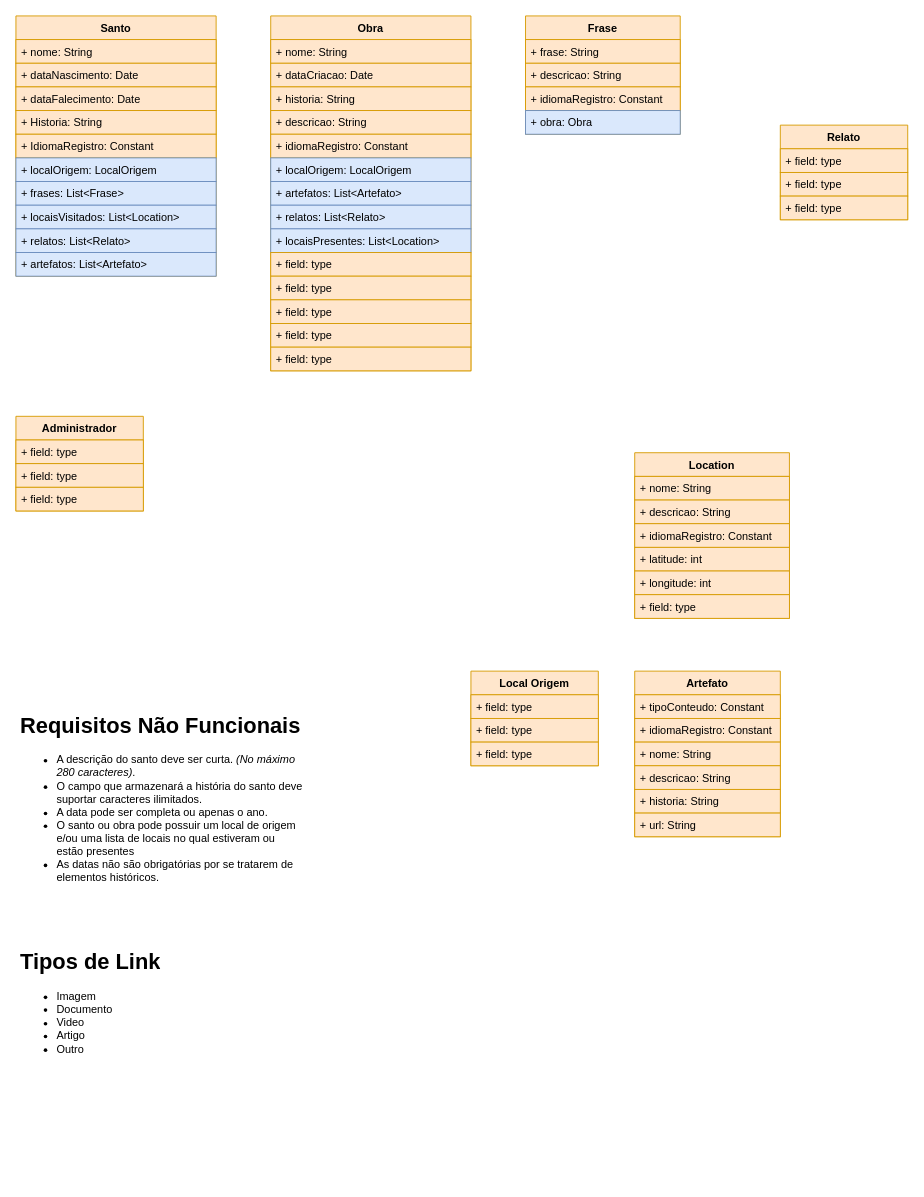
This is page "ClassDiagram" (2 of 2) of Documentation/Untitled Diagram.drawio from the-catholics/Saints-API, a draw.io file, before an edit. Source tidied: cells renumbered, new cells numbered last; positions are measured from the earlier drawing's top-left corner, leaving out a move shared by most shapes. Both pictures are drawn from the tidied source at 91%, with x=0, y=0 at pixel (15, 15).
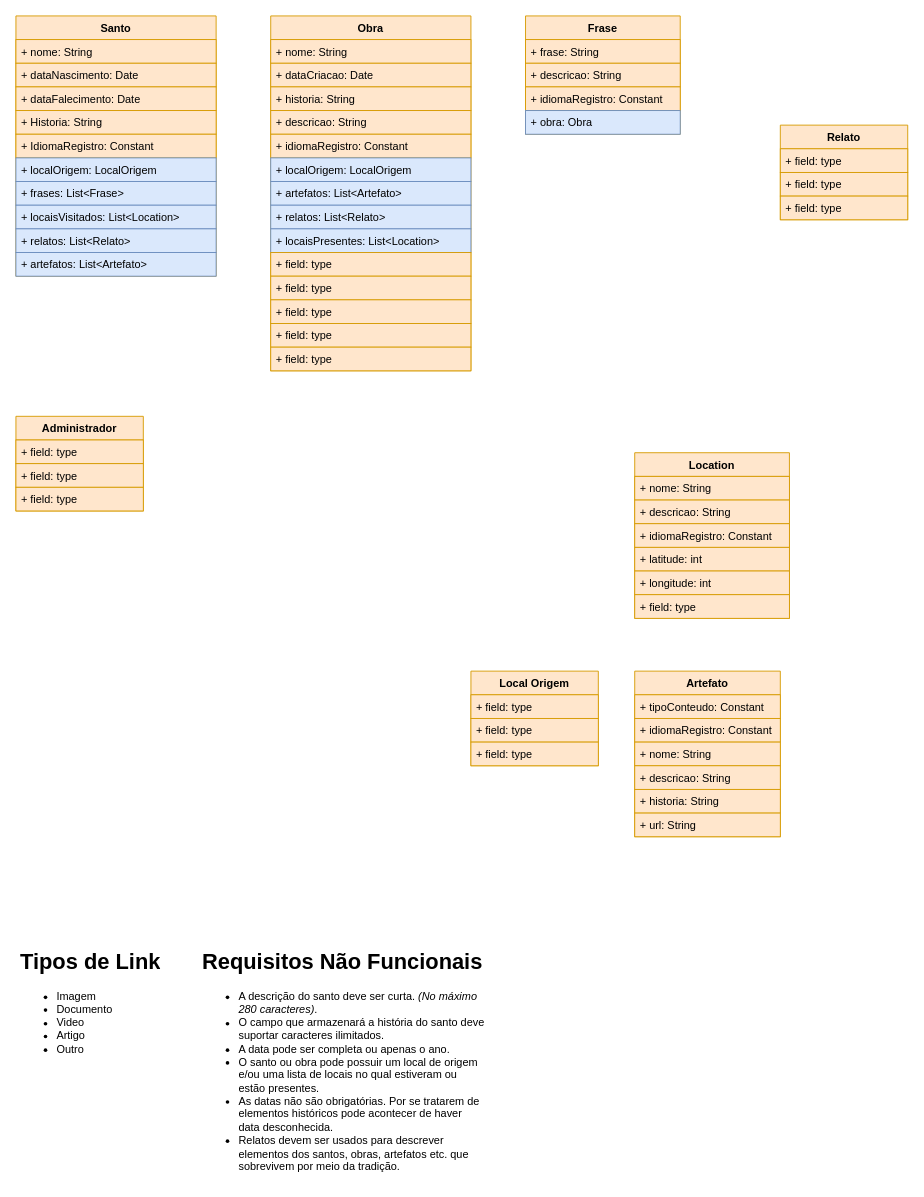
Above is the later version.

The edit, as a diff of the source:
```diff
@@
-    <mxCell id="33" value="&lt;h1&gt;Requisitos Não Funcionais&lt;/h1&gt;&lt;p&gt;&lt;/p&gt;&lt;ul&gt;&lt;li&gt;A descrição do santo deve ser curta. &lt;i&gt;(No máximo 280 caracteres)&lt;/i&gt;.&lt;/li&gt;&lt;li&gt;O campo que armazenará a história do santo deve suportar caracteres ilimitados.&lt;/li&gt;&lt;li&gt;A data pode ser completa ou apenas o ano.&lt;/li&gt;&lt;li&gt;O santo ou obra pode possuir um local de origem e/ou uma lista de locais no qual estiveram ou estão presentes&lt;/li&gt;&lt;li&gt;As datas não são obrigatórias por se tratarem de elementos históricos.&lt;/li&gt;&lt;/ul&gt;&lt;p&gt;&lt;/p&gt;" style="text;html=1;strokeColor=none;fillColor=none;spacing=5;spacingTop=-20;whiteSpace=wrap;overflow=hidden;rounded=0;" parent="1" vertex="1">
-      <mxGeometry y="760" width="320" height="240" as="geometry" />
+    <mxCell id="33" value="&lt;h1&gt;Requisitos Não Funcionais&lt;/h1&gt;&lt;p&gt;&lt;/p&gt;&lt;ul&gt;&lt;li&gt;A descrição do santo deve ser curta. &lt;i&gt;(No máximo 280 caracteres)&lt;/i&gt;.&lt;/li&gt;&lt;li&gt;O campo que armazenará a história do santo deve suportar caracteres ilimitados.&lt;/li&gt;&lt;li&gt;A data pode ser completa ou apenas o ano.&lt;/li&gt;&lt;li&gt;O santo ou obra pode possuir um local de origem e/ou uma lista de locais no qual estiveram ou estão presentes.&lt;/li&gt;&lt;li&gt;As datas não são obrigatórias. Por se tratarem de elementos históricos pode acontecer de haver data desconhecida.&lt;/li&gt;&lt;li&gt;Relatos devem ser usados para descrever elementos dos santos, obras, artefatos etc. que sobrevivem por meio da tradição.&lt;/li&gt;&lt;/ul&gt;&lt;p&gt;&lt;/p&gt;" style="text;html=1;strokeColor=none;fillColor=none;spacing=5;spacingTop=-20;whiteSpace=wrap;overflow=hidden;rounded=0;" parent="1" vertex="1">
+      <mxGeometry x="200" y="1020" width="320" height="260" as="geometry" />
     </mxCell>
```
